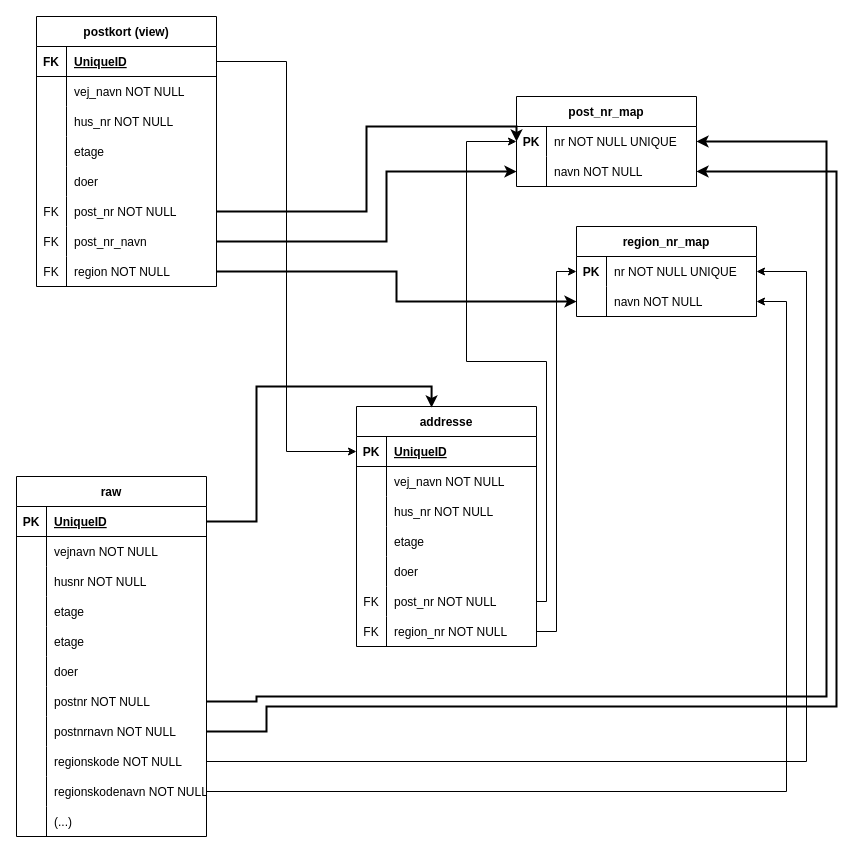
Before: str-opg-01/editable/db_diagram.drawio in camper0008/mysql-h1-practice, a draw.io diagram. Source tidied: cells renumbered, new cells numbered last; positions are measured from the earlier drawing's top-left corner, leaving out a move shared by most shapes. Both pictures are drawn from the tidied source at 100%, with x=0, y=0 at pixel (16, 16).
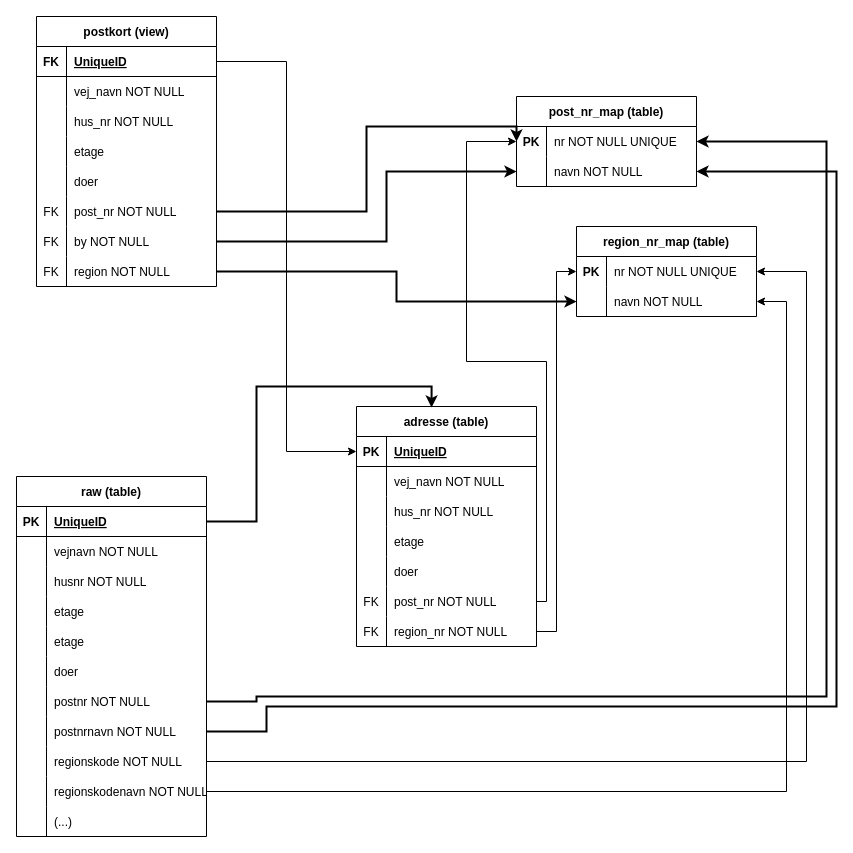
The same diagram, later.

Unchanged cells that the change refers to:
```xml
<mxCell id="48" style="shape=tableRow;horizontal=0;startSize=0;swimlaneHead=0;swimlaneBody=0;fillColor=none;points=[[0,0.5],[1,0.5]];portConstraint=eastwest;top=0;left=0;right=0;bottom=0;" parent="32" vertex="1">
  <mxGeometry y="180" width="180" height="30" as="geometry" />
</mxCell>
<mxCell id="51" style="shape=tableRow;horizontal=0;startSize=0;swimlaneHead=0;swimlaneBody=0;fillColor=none;points=[[0,0.5],[1,0.5]];portConstraint=eastwest;top=0;left=0;right=0;bottom=0;" parent="32" vertex="1">
  <mxGeometry y="210" width="180" height="30" as="geometry" />
</mxCell>
```

Change to the diagram source:
```diff
@@
-    <mxCell id="2" value="addresse" style="shape=table;startSize=30;childLayout=tableLayout;rowLines=0;fontStyle=1;align=center;" parent="1" vertex="1">
+    <mxCell id="2" value="adresse (table)" style="shape=table;startSize=30;childLayout=tableLayout;rowLines=0;fontStyle=1;align=center;" parent="1" vertex="1">
       <mxGeometry x="340" y="390" width="180" height="240" as="geometry" />
     </mxCell>
@@
-    <mxCell id="24" value="post_nr_map" style="shape=table;startSize=30;childLayout=tableLayout;rowLines=0;fontStyle=1;align=center;" parent="1" vertex="1">
+    <mxCell id="24" value="post_nr_map (table)" style="shape=table;startSize=30;childLayout=tableLayout;rowLines=0;fontStyle=1;align=center;" parent="1" vertex="1">
       <mxGeometry x="500" y="80" width="180" height="90" as="geometry" />
     </mxCell>
@@
-    <mxCell id="50" value="post_nr NOT NULL" style="shape=partialRectangle;fillColor=none;top=0;left=0;bottom=0;right=0;align=left;spacingLeft=6;overflow=hidden;" parent="48" vertex="1">
+    <mxCell id="50" value="post_nr NOT NULL " style="shape=partialRectangle;fillColor=none;top=0;left=0;bottom=0;right=0;align=left;spacingLeft=6;overflow=hidden;" parent="48" vertex="1">
       <mxGeometry x="30" width="150" height="30" as="geometry" />
     </mxCell>
@@
-    <mxCell id="53" value="post_nr_navn" style="shape=partialRectangle;fillColor=none;top=0;left=0;bottom=0;right=0;align=left;spacingLeft=6;overflow=hidden;" parent="51" vertex="1">
+    <mxCell id="53" value="by NOT NULL" style="shape=partialRectangle;fillColor=none;top=0;left=0;bottom=0;right=0;align=left;spacingLeft=6;overflow=hidden;" parent="51" vertex="1">
       <mxGeometry x="30" width="150" height="30" as="geometry" />
     </mxCell>
@@
-    <mxCell id="60" value="region_nr_map" style="shape=table;startSize=30;childLayout=tableLayout;rowLines=0;fontStyle=1;align=center;" parent="1" vertex="1">
+    <mxCell id="60" value="region_nr_map (table)" style="shape=table;startSize=30;childLayout=tableLayout;rowLines=0;fontStyle=1;align=center;" parent="1" vertex="1">
       <mxGeometry x="560" y="210" width="180" height="90" as="geometry" />
     </mxCell>
@@
-    <mxCell id="70" value="raw" style="shape=table;startSize=30;childLayout=tableLayout;rowLines=0;fontStyle=1;align=center;" parent="1" vertex="1">
+    <mxCell id="70" value="raw (table)" style="shape=table;startSize=30;childLayout=tableLayout;rowLines=0;fontStyle=1;align=center;" parent="1" vertex="1">
       <mxGeometry y="460" width="190" height="360" as="geometry" />
     </mxCell>
```
